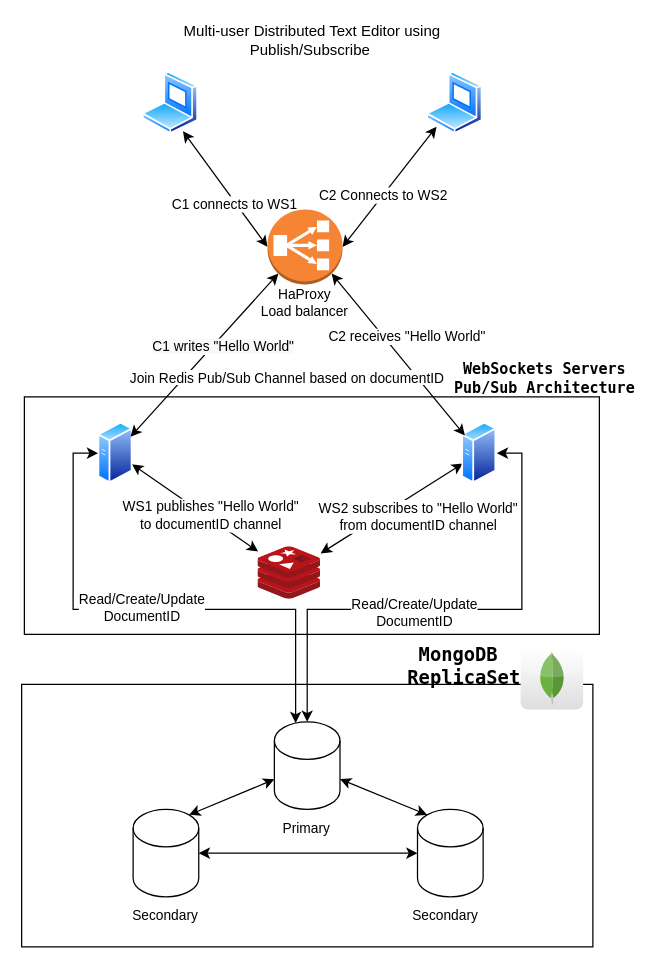
This is Architecture/SystemDesign.drawio from shehabadel/Multi-User-Distributed-Text-Editor, a draw.io file, before an edit. Source tidied: cells renumbered, new cells numbered last; positions are measured from the earlier drawing's top-left corner, leaving out a move shared by most shapes. Both pictures are drawn from the tidied source at 125%, with x=0, y=0 at pixel (21, 21).
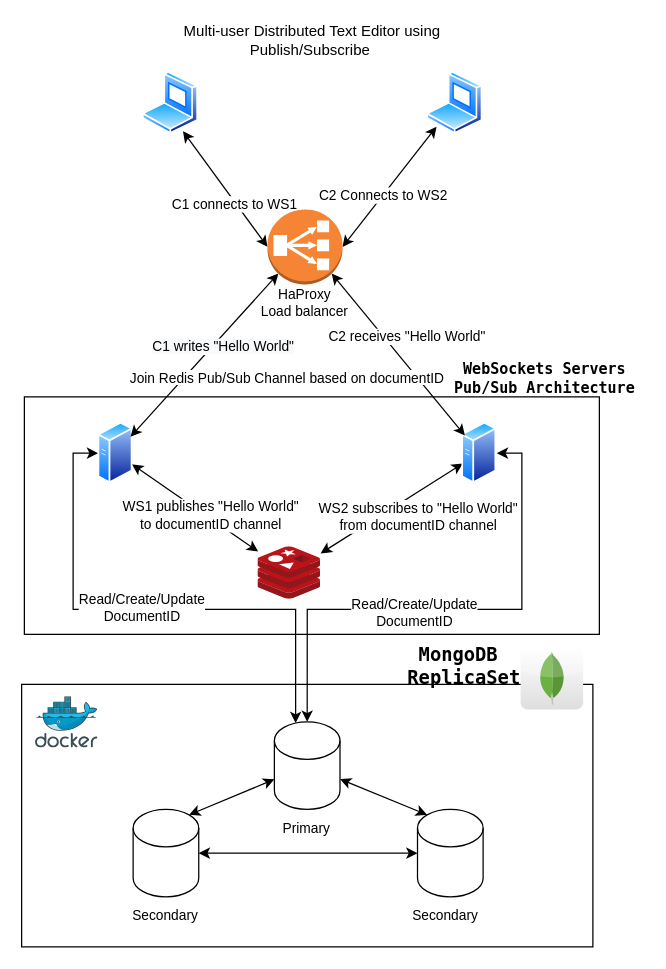
Above is the later version.

Commit message (it also covers changes not shown here):
Uploaded Documentation and updated the software architecture

The edit, as a diff of the source:
```diff
@@
+    <mxCell id="41" style="sketch=0;html=1;align=center;image;fontSize=12;image=img/lib/mscae/Docker.svg;" parent="1" vertex="1">
+      <mxGeometry x="11" y="540" width="50" height="41" as="geometry" />
+    </mxCell>
```
